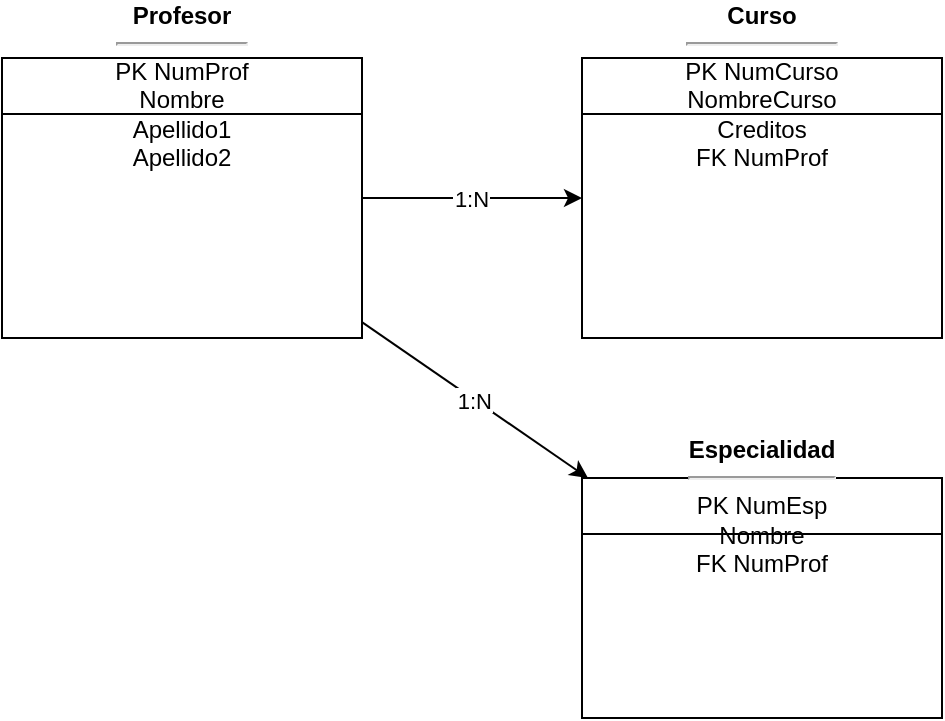
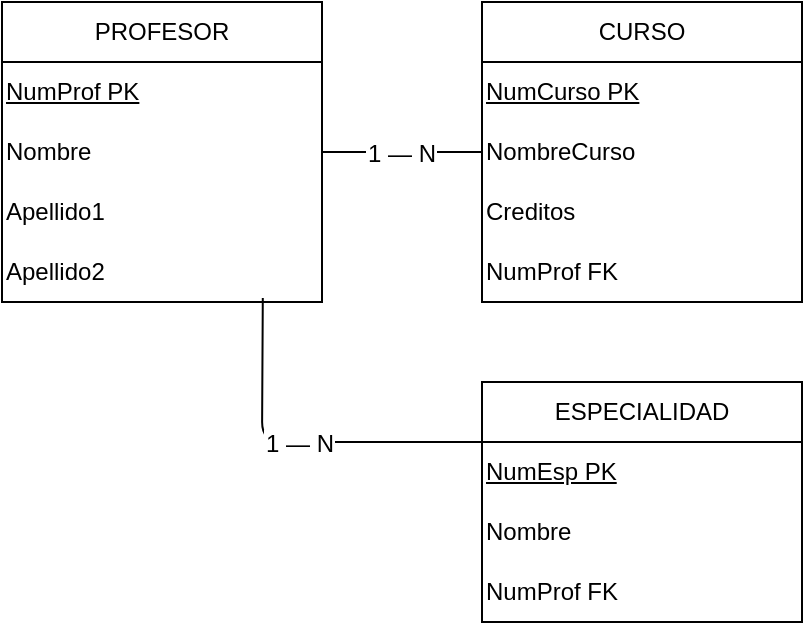
- <mxfile host="app.diagrams.net">
-   <diagram name="2R Profesor-Curso-Especialidad">
-     <mxGraphModel dx="1200" dy="800" grid="1" gridSize="10">
+ <mxfile host="Electron">
+   <diagram name="2R Profesor-Curso-Especialidad" id="0">
+     <mxGraphModel dx="1030" dy="722" grid="1" gridSize="10" guides="1" tooltips="1" connect="1" arrows="1" fold="1" page="1" pageScale="1" pageWidth="827" pageHeight="1169" math="0" shadow="0">
      <root>
-         <mxCell id="0"/>
-         <mxCell id="1" parent="0"/>
- 
-         <mxCell id="prof" value="&lt;b&gt;Profesor&lt;/b&gt;&lt;hr/&gt;PK NumProf&lt;br/&gt;Nombre&lt;br/&gt;Apellido1&lt;br/&gt;Apellido2"
-           style="shape=swimlane;startSize=28;html=1;whiteSpace=wrap;" vertex="1" parent="1">
-           <mxGeometry x="40" y="40" width="180" height="140" as="geometry"/>
+         <mxCell id="0" />
+         <mxCell id="1" parent="0" />
+         <mxCell id="o51x5MwQxgtcBcNHYk9S-11" parent="1" style="swimlane;fontStyle=0;childLayout=stackLayout;horizontal=1;startSize=30;horizontalStack=0;resizeParent=1;resizeParentMax=0;resizeLast=0;collapsible=1;marginBottom=0;whiteSpace=wrap;html=1;" value="PROFESOR" vertex="1">
+           <mxGeometry height="150" width="160" x="150" y="180" as="geometry" />
        </mxCell>
- 
-         <mxCell id="curso" value="&lt;b&gt;Curso&lt;/b&gt;&lt;hr/&gt;PK NumCurso&lt;br/&gt;NombreCurso&lt;br/&gt;Creditos&lt;br/&gt;FK NumProf"
-           style="shape=swimlane;startSize=28;html=1;whiteSpace=wrap;" vertex="1" parent="1">
-           <mxGeometry x="330" y="40" width="180" height="140" as="geometry"/>
+         <mxCell id="o51x5MwQxgtcBcNHYk9S-12" parent="o51x5MwQxgtcBcNHYk9S-11" style="text;strokeColor=none;fillColor=none;align=left;verticalAlign=middle;whiteSpace=wrap;html=1;fontStyle=4" value="NumProf PK" vertex="1">
+           <mxGeometry height="30" width="160" y="30" as="geometry" />
        </mxCell>
- 
-         <mxCell id="esp" value="&lt;b&gt;Especialidad&lt;/b&gt;&lt;hr/&gt;PK NumEsp&lt;br/&gt;Nombre&lt;br/&gt;FK NumProf"
-           style="shape=swimlane;startSize=28;html=1;whiteSpace=wrap;" vertex="1" parent="1">
-           <mxGeometry x="330" y="250" width="180" height="120" as="geometry"/>
+         <mxCell id="o51x5MwQxgtcBcNHYk9S-13" parent="o51x5MwQxgtcBcNHYk9S-11" style="text;strokeColor=none;fillColor=none;align=left;verticalAlign=middle;whiteSpace=wrap;html=1;" value="Nombre" vertex="1">
+           <mxGeometry height="30" width="160" y="60" as="geometry" />
        </mxCell>
- 
-         <mxCell id="e1" edge="1" parent="1" source="prof" target="curso" value="1:N">
-           <mxGeometry relative="1" as="geometry"/>
+         <mxCell id="o51x5MwQxgtcBcNHYk9S-14" parent="o51x5MwQxgtcBcNHYk9S-11" style="text;strokeColor=none;fillColor=none;align=left;verticalAlign=middle;whiteSpace=wrap;html=1;" value="Apellido1" vertex="1">
+           <mxGeometry height="30" width="160" y="90" as="geometry" />
        </mxCell>
- 
-         <mxCell id="e2" edge="1" parent="1" source="prof" target="esp" value="1:N">
-           <mxGeometry relative="1" as="geometry"/>
+         <mxCell id="o51x5MwQxgtcBcNHYk9S-15" parent="o51x5MwQxgtcBcNHYk9S-11" style="text;strokeColor=none;fillColor=none;align=left;verticalAlign=middle;whiteSpace=wrap;html=1;" value="Apellido2" vertex="1">
+           <mxGeometry height="30" width="160" y="120" as="geometry" />
        </mxCell>
- 
+         <mxCell id="o51x5MwQxgtcBcNHYk9S-16" parent="1" style="swimlane;fontStyle=0;childLayout=stackLayout;horizontal=1;startSize=30;horizontalStack=0;resizeParent=1;resizeParentMax=0;resizeLast=0;collapsible=1;marginBottom=0;whiteSpace=wrap;html=1;" value="CURSO" vertex="1">
+           <mxGeometry height="150" width="160" x="390" y="180" as="geometry" />
+         </mxCell>
+         <mxCell id="o51x5MwQxgtcBcNHYk9S-17" parent="o51x5MwQxgtcBcNHYk9S-16" style="text;strokeColor=none;fillColor=none;align=left;verticalAlign=middle;html=1;fontStyle=4" value="NumCurso PK" vertex="1">
+           <mxGeometry height="30" width="160" y="30" as="geometry" />
+         </mxCell>
+         <mxCell id="o51x5MwQxgtcBcNHYk9S-18" parent="o51x5MwQxgtcBcNHYk9S-16" style="text;strokeColor=none;fillColor=none;align=left;verticalAlign=middle;html=1;" value="NombreCurso" vertex="1">
+           <mxGeometry height="30" width="160" y="60" as="geometry" />
+         </mxCell>
+         <mxCell id="o51x5MwQxgtcBcNHYk9S-19" parent="o51x5MwQxgtcBcNHYk9S-16" style="text;strokeColor=none;fillColor=none;align=left;verticalAlign=middle;html=1;" value="Creditos" vertex="1">
+           <mxGeometry height="30" width="160" y="90" as="geometry" />
+         </mxCell>
+         <mxCell id="o51x5MwQxgtcBcNHYk9S-20" parent="o51x5MwQxgtcBcNHYk9S-16" style="text;strokeColor=none;fillColor=none;align=left;verticalAlign=middle;html=1;" value="NumProf FK" vertex="1">
+           <mxGeometry height="30" width="160" y="120" as="geometry" />
+         </mxCell>
+         <mxCell id="o51x5MwQxgtcBcNHYk9S-21" edge="1" parent="1" source="o51x5MwQxgtcBcNHYk9S-11" style="endArrow=none;fontSize=12;" target="o51x5MwQxgtcBcNHYk9S-16" value="1 — N">
+           <mxGeometry relative="1" as="geometry" />
+         </mxCell>
+         <mxCell id="o51x5MwQxgtcBcNHYk9S-22" parent="1" style="swimlane;fontStyle=0;childLayout=stackLayout;horizontal=1;startSize=30;horizontalStack=0;resizeParent=1;resizeParentMax=0;resizeLast=0;collapsible=1;marginBottom=0;whiteSpace=wrap;html=1;" value="ESPECIALIDAD" vertex="1">
+           <mxGeometry height="120" width="160" x="390" y="370" as="geometry" />
+         </mxCell>
+         <mxCell id="o51x5MwQxgtcBcNHYk9S-23" parent="o51x5MwQxgtcBcNHYk9S-22" style="text;strokeColor=none;fillColor=none;align=left;verticalAlign=middle;html=1;fontStyle=4" value="NumEsp PK" vertex="1">
+           <mxGeometry height="30" width="160" y="30" as="geometry" />
+         </mxCell>
+         <mxCell id="o51x5MwQxgtcBcNHYk9S-24" parent="o51x5MwQxgtcBcNHYk9S-22" style="text;strokeColor=none;fillColor=none;align=left;verticalAlign=middle;html=1;" value="Nombre" vertex="1">
+           <mxGeometry height="30" width="160" y="60" as="geometry" />
+         </mxCell>
+         <mxCell id="o51x5MwQxgtcBcNHYk9S-25" parent="o51x5MwQxgtcBcNHYk9S-22" style="text;strokeColor=none;fillColor=none;align=left;verticalAlign=middle;html=1;" value="NumProf FK" vertex="1">
+           <mxGeometry height="30" width="160" y="90" as="geometry" />
+         </mxCell>
+         <mxCell id="o51x5MwQxgtcBcNHYk9S-26" edge="1" parent="1" source="o51x5MwQxgtcBcNHYk9S-15" style="endArrow=none;fontSize=12;entryX=0;entryY=0;entryDx=0;entryDy=0;exitX=0.815;exitY=0.933;exitDx=0;exitDy=0;exitPerimeter=0;" target="o51x5MwQxgtcBcNHYk9S-23" value="1 — N">
+           <mxGeometry relative="1" as="geometry">
+             <Array as="points">
+               <mxPoint x="280" y="400" />
+               <mxPoint x="340" y="400" />
+             </Array>
+           </mxGeometry>
+         </mxCell>
      </root>
    </mxGraphModel>
  </diagram>
</mxfile>
